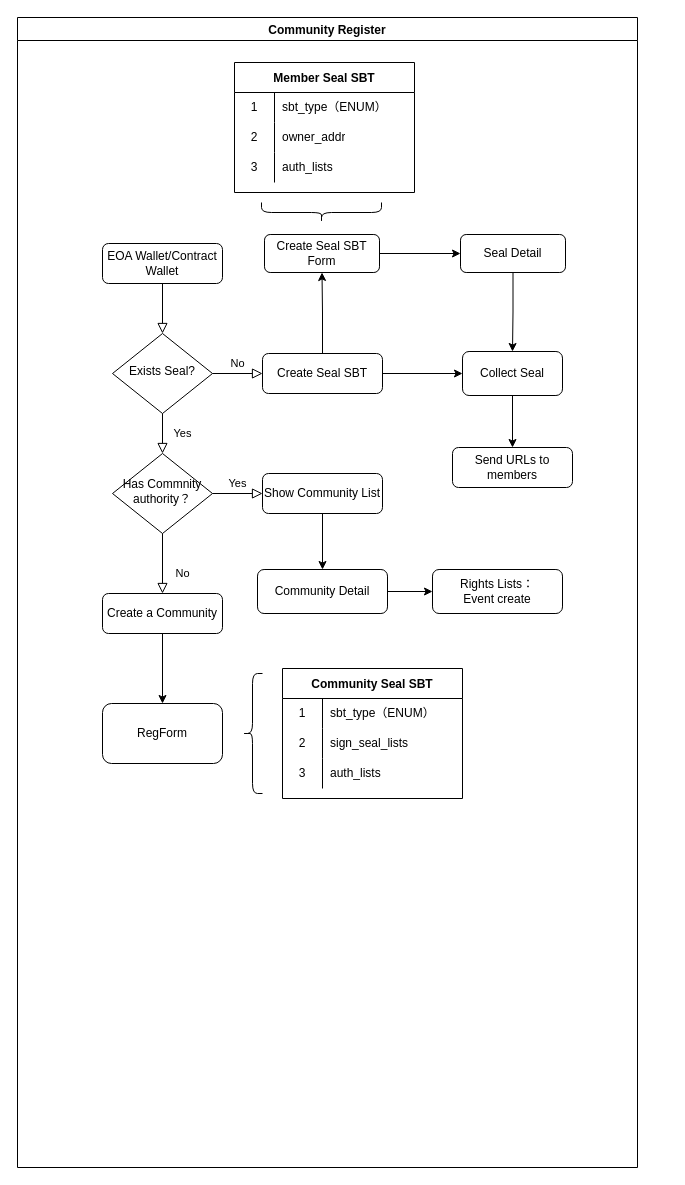
The draw.io diagram docs/未命名绘图.drawio in PlanckerLabs/CSBS, before the edit. Source tidied: cells renumbered, new cells numbered last; positions are measured from the earlier drawing's top-left corner, leaving out a move shared by most shapes. Both pictures are drawn from the tidied source at 100%, with x=0, y=0 at pixel (17, 17).
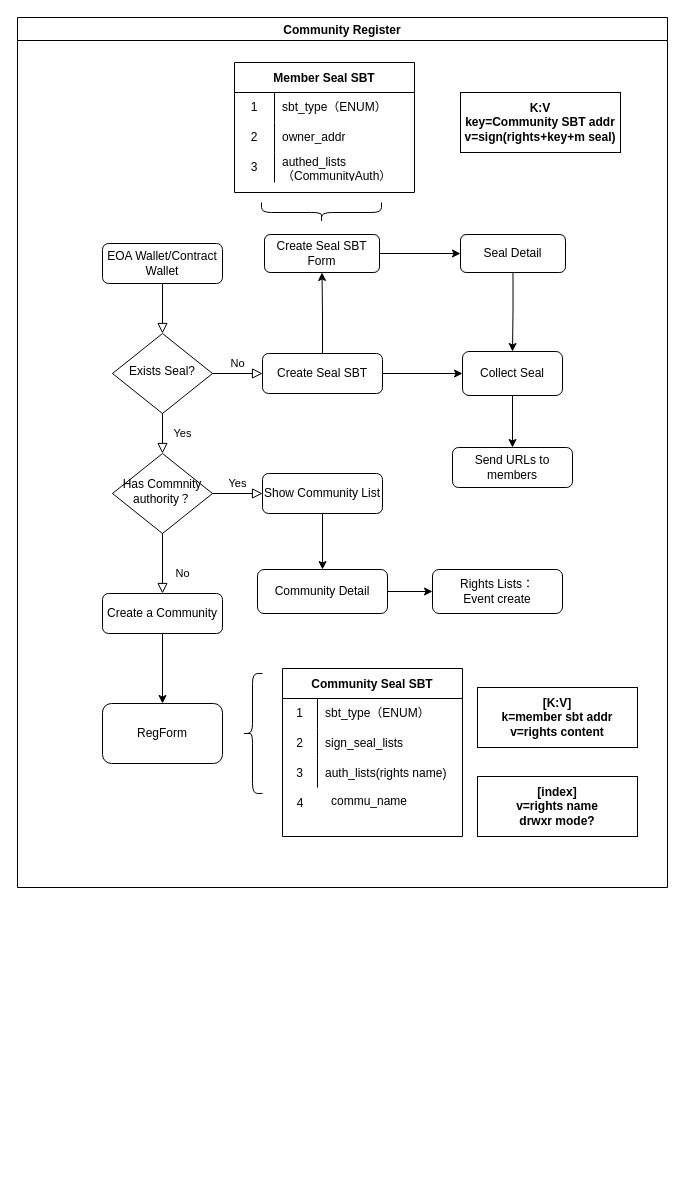
After the change.

Commit message (it also covers changes not shown here):
更新未命名绘图.drawio

The change refers to these unchanged cells:
```xml
<mxCell id="38" style="shape=tableRow;horizontal=0;startSize=0;swimlaneHead=0;swimlaneBody=0;top=0;left=0;bottom=0;right=0;fillColor=none;" parent="31" vertex="1">
  <mxGeometry y="90" width="180" height="30" as="geometry" />
</mxCell>
<mxCell id="42" style="shape=tableRow;horizontal=0;startSize=0;swimlaneHead=0;swimlaneBody=0;top=0;left=0;bottom=0;right=0;fillColor=none;" parent="41" vertex="1">
  <mxGeometry y="30" width="180" height="30" as="geometry" />
</mxCell>
<mxCell id="45" style="shape=tableRow;horizontal=0;startSize=0;swimlaneHead=0;swimlaneBody=0;top=0;left=0;bottom=0;right=0;fillColor=none;" parent="41" vertex="1">
  <mxGeometry y="60" width="180" height="30" as="geometry" />
</mxCell>
```

What changed in the source:
```diff
@@
     <mxCell id="2" value="Community Register" style="swimlane;" parent="1" vertex="1">
-      <mxGeometry width="620" height="1150" as="geometry" />
+      <mxGeometry width="650" height="870" as="geometry" />
     </mxCell>
@@
-    <mxCell id="40" value="auth_lists" style="shape=partialRectangle;html=1;whiteSpace=wrap;fillColor=none;top=0;left=0;bottom=0;right=0;align=left;spacingLeft=6;overflow=hidden;" parent="38" vertex="1">
+    <mxCell id="40" value="authed_lists（CommunityAuth）" style="shape=partialRectangle;html=1;whiteSpace=wrap;fillColor=none;top=0;left=0;bottom=0;right=0;align=left;spacingLeft=6;overflow=hidden;" parent="38" vertex="1">
       <mxGeometry x="40" width="140" height="30" as="geometry" />
     </mxCell>
     <mxCell id="41" value="Community Seal SBT" style="shape=table;startSize=30;childLayout=tableLayout;rowLines=0;fontStyle=1;" parent="2" vertex="1">
-      <mxGeometry x="265" y="651" width="180" height="130" as="geometry" />
+      <mxGeometry x="265" y="651" width="180" height="168" as="geometry" />
     </mxCell>
@@
     <mxCell id="43" value="1" style="shape=partialRectangle;html=1;whiteSpace=wrap;fillColor=none;top=0;left=0;bottom=0;right=0;overflow=hidden;" parent="42" vertex="1">
-      <mxGeometry width="40" height="30" as="geometry" />
+      <mxGeometry width="35" height="30" as="geometry" />
     </mxCell>
     <mxCell id="44" value="sbt_type（ENUM）" style="shape=partialRectangle;html=1;whiteSpace=wrap;fillColor=none;top=0;left=0;bottom=0;right=0;align=left;spacingLeft=6;overflow=hidden;" parent="42" vertex="1">
-      <mxGeometry x="40" width="140" height="30" as="geometry" />
+      <mxGeometry x="35" width="145" height="30" as="geometry" />
     </mxCell>
@@
     <mxCell id="46" value="2" style="shape=partialRectangle;html=1;whiteSpace=wrap;fillColor=none;top=0;left=0;bottom=0;right=0;overflow=hidden;" parent="45" vertex="1">
-      <mxGeometry width="40" height="30" as="geometry" />
+      <mxGeometry width="35" height="30" as="geometry" />
     </mxCell>
     <mxCell id="47" value="sign_seal_lists" style="shape=partialRectangle;html=1;whiteSpace=wrap;fillColor=none;top=0;left=0;bottom=0;right=0;align=left;spacingLeft=6;overflow=hidden;" parent="45" vertex="1">
-      <mxGeometry x="40" width="140" height="30" as="geometry" />
+      <mxGeometry x="35" width="145" height="30" as="geometry" />
     </mxCell>
     <mxCell id="48" style="shape=tableRow;horizontal=0;startSize=0;swimlaneHead=0;swimlaneBody=0;top=0;left=0;bottom=0;right=0;fillColor=none;" parent="41" vertex="1">
-      <mxGeometry y="90" width="180" height="30" as="geometry" />
+      <mxGeometry y="90" width="180" height="29" as="geometry" />
     </mxCell>
     <mxCell id="49" value="3" style="shape=partialRectangle;html=1;whiteSpace=wrap;fillColor=none;top=0;left=0;bottom=0;right=0;overflow=hidden;" parent="48" vertex="1">
-      <mxGeometry width="40" height="30" as="geometry" />
+      <mxGeometry width="35" height="29" as="geometry" />
     </mxCell>
-    <mxCell id="50" value="auth_lists" style="shape=partialRectangle;html=1;whiteSpace=wrap;fillColor=none;top=0;left=0;bottom=0;right=0;align=left;spacingLeft=6;overflow=hidden;" parent="48" vertex="1">
-      <mxGeometry x="40" width="140" height="30" as="geometry" />
+    <mxCell id="50" value="auth_lists(rights name)" style="shape=partialRectangle;html=1;whiteSpace=wrap;fillColor=none;top=0;left=0;bottom=0;right=0;align=left;spacingLeft=6;overflow=hidden;" parent="48" vertex="1">
+      <mxGeometry x="35" width="145" height="29" as="geometry" />
     </mxCell>
+    <mxCell id="51" value="K:V&lt;br&gt;key=Community SBT addr&lt;br&gt;v=sign(rights+key+m seal)" style="whiteSpace=wrap;html=1;startSize=30;fontStyle=1;" parent="2" vertex="1">
+      <mxGeometry x="443" y="75" width="160" height="60" as="geometry" />
+    </mxCell>
+    <mxCell id="52" value="[index]&lt;br&gt;v=rights name&lt;br&gt;drwxr mode?" style="whiteSpace=wrap;html=1;startSize=30;fontStyle=1;" parent="2" vertex="1">
+      <mxGeometry x="460" y="759" width="160" height="60" as="geometry" />
+    </mxCell>
+    <mxCell id="53" value="[K:V]&lt;br&gt;k=member sbt addr&lt;br&gt;v=rights content" style="whiteSpace=wrap;html=1;startSize=30;fontStyle=1;" parent="2" vertex="1">
+      <mxGeometry x="460" y="670" width="160" height="60" as="geometry" />
+    </mxCell>
+    <mxCell id="54" value="4" style="shape=partialRectangle;html=1;whiteSpace=wrap;fillColor=none;top=0;left=0;bottom=0;right=0;overflow=hidden;" parent="1" vertex="1">
+      <mxGeometry x="263" y="771" width="40" height="30" as="geometry" />
+    </mxCell>
+    <mxCell id="55" value="commu_name" style="shape=partialRectangle;html=1;whiteSpace=wrap;fillColor=none;top=0;left=0;bottom=0;right=0;align=left;spacingLeft=6;overflow=hidden;" parent="1" vertex="1">
+      <mxGeometry x="306" y="769" width="140" height="30" as="geometry" />
+    </mxCell>
```
